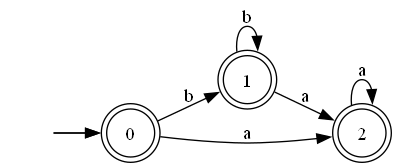
Above: automataD.gv.png in donmatthiuz/Laboratorios_Teoria_Computacion- (Graphviz), before the change. Its source is kept beside it as automataD.gv. Source of this version:
```dot
digraph finite_state_machine {
	rankdir=LR size="8,5"
	node [shape=doublecircle]
	0
	1
	2
	node [shape=circle]
	"" [style=invis]
	"" -> 0
	0 -> 1 [label=b]
	1 -> 1 [label=b]
	"" [style=invis]
	"" -> 0
	0 -> 2 [label=a]
	1 -> 2 [label=a]
	2 -> 2 [label=a]
}
```
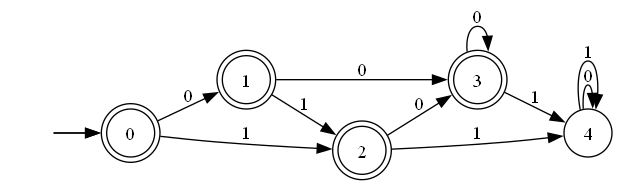
The same diagram one commit later.

The edit, as a diff of the source:
```diff
@@ -4,14 +4,20 @@
 	0
 	1
 	2
+	3
 	node [shape=circle]
 	"" [style=invis]
 	"" -> 0
-	0 -> 1 [label=b]
-	1 -> 1 [label=b]
+	0 -> 1 [label=0]
 	"" [style=invis]
 	"" -> 0
-	0 -> 2 [label=a]
-	1 -> 2 [label=a]
-	2 -> 2 [label=a]
+	0 -> 2 [label=1]
+	1 -> 3 [label=0]
+	1 -> 2 [label=1]
+	2 -> 3 [label=0]
+	2 -> 4 [label=1]
+	3 -> 3 [label=0]
+	3 -> 4 [label=1]
+	4 -> 4 [label=0]
+	4 -> 4 [label=1]
 }
```
